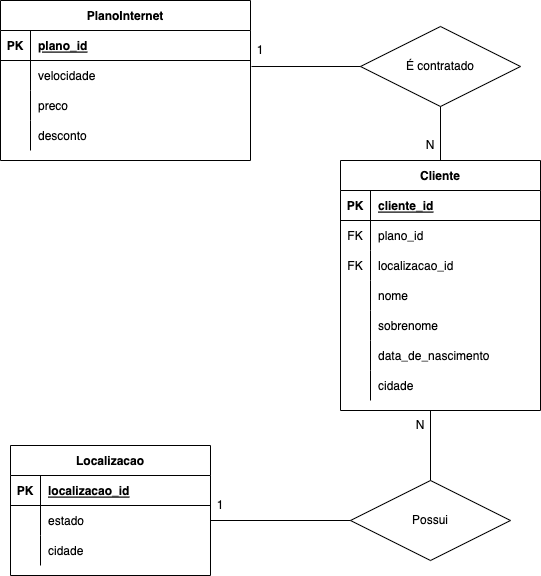
matheusaalves/digital-house-database keeps this draw.io diagram as BD1 PI2/DER BD1 - PI2.png. Above is the earlier version. Source tidied: cells renumbered, new cells last; positions are measured from the earlier drawing's top-left corner, leaving out a move shared by most shapes. Source of this version:
```xml
<mxGraphModel>
  <root>
    <mxCell id="0" />
    <mxCell id="1" parent="0" />
    <mxCell id="2" value="Cliente" style="shape=table;startSize=30;rowLines=0;fontStyle=1;align=center;" parent="1" vertex="1">
      <mxGeometry x="340" y="160" width="200" height="250" as="geometry" />
    </mxCell>
    <mxCell id="3" style="shape=tableRow;horizontal=0;startSize=0;swimlaneHead=0;swimlaneBody=0;fillColor=none;top=0;left=0;right=0;bottom=1;" parent="2" vertex="1">
      <mxGeometry y="30" width="200" height="30" as="geometry" />
    </mxCell>
    <mxCell id="4" value="PK" style="shape=partialRectangle;overflow=hidden;fillColor=none;top=0;left=0;bottom=0;right=0;fontStyle=1;" parent="3" vertex="1">
      <mxGeometry width="30" height="30" as="geometry" />
    </mxCell>
    <mxCell id="5" value="cliente_id" style="shape=partialRectangle;overflow=hidden;fillColor=none;align=left;top=0;left=0;bottom=0;right=0;spacingLeft=6;fontStyle=5;" parent="3" vertex="1">
      <mxGeometry x="30" width="170" height="30" as="geometry" />
    </mxCell>
    <mxCell id="6" style="shape=tableRow;horizontal=0;startSize=0;swimlaneHead=0;swimlaneBody=0;fillColor=none;top=0;left=0;right=0;bottom=0;" parent="2" vertex="1">
      <mxGeometry y="60" width="200" height="30" as="geometry" />
    </mxCell>
    <mxCell id="7" value="FK" style="shape=partialRectangle;overflow=hidden;fillColor=none;top=0;left=0;bottom=0;right=0;" parent="6" vertex="1">
      <mxGeometry width="30" height="30" as="geometry" />
    </mxCell>
    <mxCell id="8" value="plano_id" style="shape=partialRectangle;overflow=hidden;fillColor=none;align=left;top=0;left=0;bottom=0;right=0;spacingLeft=6;" parent="6" vertex="1">
      <mxGeometry x="30" width="170" height="30" as="geometry" />
    </mxCell>
    <mxCell id="9" style="shape=tableRow;horizontal=0;startSize=0;swimlaneHead=0;swimlaneBody=0;fillColor=none;top=0;left=0;right=0;bottom=0;" parent="2" vertex="1">
      <mxGeometry y="90" width="200" height="30" as="geometry" />
    </mxCell>
    <mxCell id="10" value="FK" style="shape=partialRectangle;overflow=hidden;fillColor=none;top=0;left=0;bottom=0;right=0;" parent="9" vertex="1">
      <mxGeometry width="30" height="30" as="geometry" />
    </mxCell>
    <mxCell id="11" value="localizacao_id" style="shape=partialRectangle;overflow=hidden;fillColor=none;align=left;top=0;left=0;bottom=0;right=0;spacingLeft=6;" parent="9" vertex="1">
      <mxGeometry x="30" width="170" height="30" as="geometry" />
    </mxCell>
    <mxCell id="12" style="shape=tableRow;horizontal=0;startSize=0;swimlaneHead=0;swimlaneBody=0;fillColor=none;top=0;left=0;right=0;bottom=0;" parent="2" vertex="1">
      <mxGeometry y="120" width="200" height="30" as="geometry" />
    </mxCell>
    <mxCell id="13" style="shape=partialRectangle;overflow=hidden;fillColor=none;top=0;left=0;bottom=0;right=0;" parent="12" vertex="1">
      <mxGeometry width="30" height="30" as="geometry" />
    </mxCell>
    <mxCell id="14" value="nome" style="shape=partialRectangle;overflow=hidden;fillColor=none;align=left;top=0;left=0;bottom=0;right=0;spacingLeft=6;" parent="12" vertex="1">
      <mxGeometry x="30" width="170" height="30" as="geometry" />
    </mxCell>
    <mxCell id="15" style="shape=tableRow;horizontal=0;startSize=0;swimlaneHead=0;swimlaneBody=0;fillColor=none;top=0;left=0;right=0;bottom=0;" parent="2" vertex="1">
      <mxGeometry y="150" width="200" height="30" as="geometry" />
    </mxCell>
    <mxCell id="16" style="shape=partialRectangle;overflow=hidden;fillColor=none;top=0;left=0;bottom=0;right=0;" parent="15" vertex="1">
      <mxGeometry width="30" height="30" as="geometry" />
    </mxCell>
    <mxCell id="17" value="sobrenome" style="shape=partialRectangle;overflow=hidden;fillColor=none;align=left;top=0;left=0;bottom=0;right=0;spacingLeft=6;" parent="15" vertex="1">
      <mxGeometry x="30" width="170" height="30" as="geometry" />
    </mxCell>
    <mxCell id="18" style="shape=tableRow;horizontal=0;startSize=0;swimlaneHead=0;swimlaneBody=0;fillColor=none;top=0;left=0;right=0;bottom=0;" parent="2" vertex="1">
      <mxGeometry y="180" width="200" height="30" as="geometry" />
    </mxCell>
    <mxCell id="19" style="shape=partialRectangle;overflow=hidden;fillColor=none;top=0;left=0;bottom=0;right=0;" parent="18" vertex="1">
      <mxGeometry width="30" height="30" as="geometry" />
    </mxCell>
    <mxCell id="20" value="data_de_nascimento" style="shape=partialRectangle;overflow=hidden;fillColor=none;align=left;top=0;left=0;bottom=0;right=0;spacingLeft=6;" parent="18" vertex="1">
      <mxGeometry x="30" width="170" height="30" as="geometry" />
    </mxCell>
    <mxCell id="21" style="shape=tableRow;horizontal=0;startSize=0;swimlaneHead=0;swimlaneBody=0;fillColor=none;top=0;left=0;right=0;bottom=0;" parent="2" vertex="1">
      <mxGeometry y="210" width="200" height="30" as="geometry" />
    </mxCell>
    <mxCell id="22" style="shape=partialRectangle;overflow=hidden;fillColor=none;top=0;left=0;bottom=0;right=0;" parent="21" vertex="1">
      <mxGeometry width="30" height="30" as="geometry" />
    </mxCell>
    <mxCell id="23" value="cidade" style="shape=partialRectangle;overflow=hidden;fillColor=none;align=left;top=0;left=0;bottom=0;right=0;spacingLeft=6;" parent="21" vertex="1">
      <mxGeometry x="30" width="170" height="30" as="geometry" />
    </mxCell>
    <mxCell id="24" value="PlanoInternet" style="shape=table;startSize=30;rowLines=0;fontStyle=1;align=center;" parent="1" vertex="1">
      <mxGeometry width="250" height="160" as="geometry" />
    </mxCell>
    <mxCell id="25" style="shape=tableRow;horizontal=0;startSize=0;swimlaneHead=0;swimlaneBody=0;fillColor=none;top=0;left=0;right=0;bottom=1;" parent="24" vertex="1">
      <mxGeometry y="30" width="250" height="30" as="geometry" />
    </mxCell>
    <mxCell id="26" value="PK" style="shape=partialRectangle;overflow=hidden;fillColor=none;top=0;left=0;bottom=0;right=0;fontStyle=1;" parent="25" vertex="1">
      <mxGeometry width="30" height="30" as="geometry" />
    </mxCell>
    <mxCell id="27" value="plano_id" style="shape=partialRectangle;overflow=hidden;fillColor=none;align=left;top=0;left=0;bottom=0;right=0;spacingLeft=6;fontStyle=5;" parent="25" vertex="1">
      <mxGeometry x="30" width="220" height="30" as="geometry" />
    </mxCell>
    <mxCell id="28" style="shape=tableRow;horizontal=0;startSize=0;swimlaneHead=0;swimlaneBody=0;fillColor=none;points=[[0,0.5],[1,0.5]];portConstraint=eastwest;top=0;left=0;right=0;bottom=0;labelBorderColor=none;rounded=0;swimlaneLine=1;shadow=0;perimeterSpacing=1;sketch=0;" parent="24" vertex="1">
      <mxGeometry y="60" width="250" height="30" as="geometry" />
    </mxCell>
    <mxCell id="29" style="shape=partialRectangle;overflow=hidden;fillColor=none;top=0;left=0;bottom=0;right=0;" parent="28" vertex="1">
      <mxGeometry width="30" height="30" as="geometry" />
    </mxCell>
    <mxCell id="30" value="velocidade" style="shape=partialRectangle;overflow=hidden;fillColor=none;align=left;top=0;left=0;bottom=0;right=0;spacingLeft=6;" parent="28" vertex="1">
      <mxGeometry x="30" width="220" height="30" as="geometry" />
    </mxCell>
    <mxCell id="31" style="shape=tableRow;horizontal=0;startSize=0;swimlaneHead=0;swimlaneBody=0;fillColor=none;top=0;left=0;right=0;bottom=0;" parent="24" vertex="1">
      <mxGeometry y="90" width="250" height="30" as="geometry" />
    </mxCell>
    <mxCell id="32" style="shape=partialRectangle;overflow=hidden;fillColor=none;top=0;left=0;bottom=0;right=0;" parent="31" vertex="1">
      <mxGeometry width="30" height="30" as="geometry" />
    </mxCell>
    <mxCell id="33" value="preco" style="shape=partialRectangle;overflow=hidden;fillColor=none;align=left;top=0;left=0;bottom=0;right=0;spacingLeft=6;" parent="31" vertex="1">
      <mxGeometry x="30" width="220" height="30" as="geometry" />
    </mxCell>
    <mxCell id="34" style="shape=tableRow;horizontal=0;startSize=0;swimlaneHead=0;swimlaneBody=0;fillColor=none;top=0;left=0;right=0;bottom=0;" parent="24" vertex="1">
      <mxGeometry y="120" width="250" height="30" as="geometry" />
    </mxCell>
    <mxCell id="35" style="shape=partialRectangle;overflow=hidden;fillColor=none;top=0;left=0;bottom=0;right=0;" parent="34" vertex="1">
      <mxGeometry width="30" height="30" as="geometry" />
    </mxCell>
    <mxCell id="36" value="desconto" style="shape=partialRectangle;overflow=hidden;fillColor=none;align=left;top=0;left=0;bottom=0;right=0;spacingLeft=6;" parent="34" vertex="1">
      <mxGeometry x="30" width="220" height="30" as="geometry" />
    </mxCell>
    <mxCell id="37" style="edgeStyle=orthogonalEdgeStyle;rounded=0;jettySize=auto;html=1;exitX=0.5;exitY=1;exitDx=0;exitDy=0;entryX=0.5;entryY=0;entryDx=0;entryDy=0;endArrow=none;endFill=0;" parent="1" edge="1" source="39" target="2">
      <mxGeometry relative="1" as="geometry" />
    </mxCell>
    <mxCell id="38" style="edgeStyle=orthogonalEdgeStyle;rounded=0;jettySize=auto;html=1;exitX=0;exitY=0.5;exitDx=0;exitDy=0;entryX=1;entryY=0.219;entryDx=0;entryDy=0;entryPerimeter=0;endArrow=none;endFill=0;" parent="1" edge="1" source="39" target="28">
      <mxGeometry relative="1" as="geometry" />
    </mxCell>
    <mxCell id="39" value="É contratado" style="rhombus;whiteSpace=wrap;html=1;rounded=0;shadow=0;labelBorderColor=none;sketch=0;fillColor=none;" parent="1" vertex="1">
      <mxGeometry x="360" y="26" width="160" height="80" as="geometry" />
    </mxCell>
    <mxCell id="40" value="N" style="text;html=1;strokeColor=none;fillColor=none;align=center;verticalAlign=middle;whiteSpace=wrap;rounded=0;shadow=0;labelBorderColor=none;sketch=0;" parent="1" vertex="1">
      <mxGeometry x="420" y="130" width="20" height="30" as="geometry" />
    </mxCell>
    <mxCell id="41" value="1" style="text;html=1;strokeColor=none;fillColor=none;align=center;verticalAlign=middle;whiteSpace=wrap;rounded=0;shadow=0;labelBorderColor=none;sketch=0;" parent="1" vertex="1">
      <mxGeometry x="250" y="35" width="20" height="30" as="geometry" />
    </mxCell>
    <mxCell id="42" style="edgeStyle=orthogonalEdgeStyle;rounded=0;jettySize=auto;html=1;exitX=0.5;exitY=0;exitDx=0;exitDy=0;endArrow=none;endFill=0;" parent="1" edge="1" source="44">
      <mxGeometry relative="1" as="geometry">
        <mxPoint x="430" y="410" as="targetPoint" />
      </mxGeometry>
    </mxCell>
    <mxCell id="43" style="edgeStyle=orthogonalEdgeStyle;rounded=0;jettySize=auto;html=1;exitX=0;exitY=0.5;exitDx=0;exitDy=0;entryX=1;entryY=0.5;entryDx=0;entryDy=0;endArrow=none;endFill=0;" parent="1" edge="1" source="44" target="49">
      <mxGeometry relative="1" as="geometry" />
    </mxCell>
    <mxCell id="44" value="Possui" style="rhombus;whiteSpace=wrap;html=1;rounded=0;shadow=0;labelBorderColor=none;sketch=0;fillColor=none;" parent="1" vertex="1">
      <mxGeometry x="350" y="480" width="160" height="80" as="geometry" />
    </mxCell>
    <mxCell id="45" value="Localizacao" style="shape=table;startSize=30;rowLines=0;fontStyle=1;align=center;" parent="1" vertex="1">
      <mxGeometry x="10" y="445" width="200" height="130" as="geometry" />
    </mxCell>
    <mxCell id="46" style="shape=tableRow;horizontal=0;startSize=0;swimlaneHead=0;swimlaneBody=0;fillColor=none;top=0;left=0;right=0;bottom=1;" parent="45" vertex="1">
      <mxGeometry y="30" width="200" height="30" as="geometry" />
    </mxCell>
    <mxCell id="47" value="PK" style="shape=partialRectangle;overflow=hidden;fillColor=none;top=0;left=0;bottom=0;right=0;fontStyle=1;" parent="46" vertex="1">
      <mxGeometry width="30" height="30" as="geometry" />
    </mxCell>
    <mxCell id="48" value="localizacao_id" style="shape=partialRectangle;overflow=hidden;fillColor=none;align=left;top=0;left=0;bottom=0;right=0;spacingLeft=6;fontStyle=5;" parent="46" vertex="1">
      <mxGeometry x="30" width="170" height="30" as="geometry" />
    </mxCell>
    <mxCell id="49" style="shape=tableRow;horizontal=0;startSize=0;swimlaneHead=0;swimlaneBody=0;fillColor=none;points=[[0,0.5],[1,0.5]];portConstraint=eastwest;top=0;left=0;right=0;bottom=0;" parent="45" vertex="1">
      <mxGeometry y="60" width="200" height="30" as="geometry" />
    </mxCell>
    <mxCell id="50" style="shape=partialRectangle;overflow=hidden;fillColor=none;top=0;left=0;bottom=0;right=0;" parent="49" vertex="1">
      <mxGeometry width="30" height="30" as="geometry" />
    </mxCell>
    <mxCell id="51" value="estado" style="shape=partialRectangle;overflow=hidden;fillColor=none;align=left;top=0;left=0;bottom=0;right=0;spacingLeft=6;" parent="49" vertex="1">
      <mxGeometry x="30" width="170" height="30" as="geometry" />
    </mxCell>
    <mxCell id="52" style="shape=tableRow;horizontal=0;startSize=0;swimlaneHead=0;swimlaneBody=0;fillColor=none;top=0;left=0;right=0;bottom=0;" parent="45" vertex="1">
      <mxGeometry y="90" width="200" height="30" as="geometry" />
    </mxCell>
    <mxCell id="53" style="shape=partialRectangle;overflow=hidden;fillColor=none;top=0;left=0;bottom=0;right=0;" parent="52" vertex="1">
      <mxGeometry width="30" height="30" as="geometry" />
    </mxCell>
    <mxCell id="54" value="cidade" style="shape=partialRectangle;overflow=hidden;fillColor=none;align=left;top=0;left=0;bottom=0;right=0;spacingLeft=6;" parent="52" vertex="1">
      <mxGeometry x="30" width="170" height="30" as="geometry" />
    </mxCell>
    <mxCell id="55" value="1" style="text;html=1;strokeColor=none;fillColor=none;align=center;verticalAlign=middle;whiteSpace=wrap;rounded=0;shadow=0;labelBorderColor=none;sketch=0;" parent="1" vertex="1">
      <mxGeometry x="210" y="490" width="20" height="30" as="geometry" />
    </mxCell>
    <mxCell id="56" value="N" style="text;html=1;strokeColor=none;fillColor=none;align=center;verticalAlign=middle;whiteSpace=wrap;rounded=0;shadow=0;labelBorderColor=none;sketch=0;" parent="1" vertex="1">
      <mxGeometry x="410" y="410" width="20" height="30" as="geometry" />
    </mxCell>
  </root>
</mxGraphModel>
```
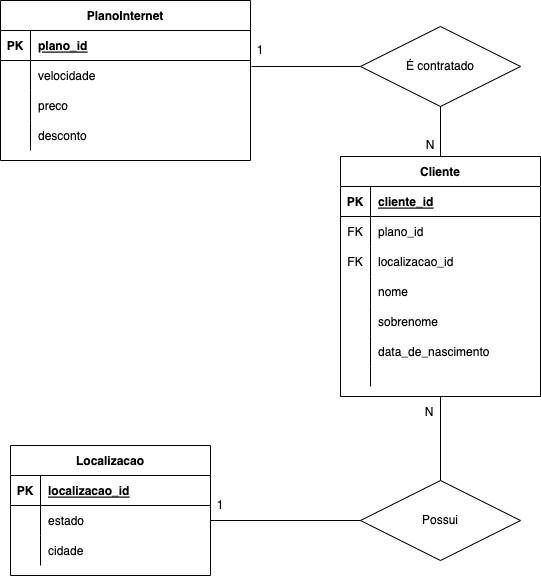
The same diagram one commit later.

Commit message:
[BD1 PI2] Atualizando DER

What changed in the source:
```diff
@@ -3,7 +3,7 @@
     <mxCell id="0" />
     <mxCell id="1" parent="0" />
     <mxCell id="2" value="Cliente" style="shape=table;startSize=30;rowLines=0;fontStyle=1;align=center;" parent="1" vertex="1">
-      <mxGeometry x="340" y="160" width="200" height="250" as="geometry" />
+      <mxGeometry x="340" y="156" width="200" height="240" as="geometry" />
     </mxCell>
     <mxCell id="3" style="shape=tableRow;horizontal=0;startSize=0;swimlaneHead=0;swimlaneBody=0;fillColor=none;top=0;left=0;right=0;bottom=1;" parent="2" vertex="1">
       <mxGeometry y="30" width="200" height="30" as="geometry" />
@@ -60,13 +60,13 @@
       <mxGeometry x="30" width="170" height="30" as="geometry" />
     </mxCell>
     <mxCell id="21" style="shape=tableRow;horizontal=0;startSize=0;swimlaneHead=0;swimlaneBody=0;fillColor=none;top=0;left=0;right=0;bottom=0;" parent="2" vertex="1">
-      <mxGeometry y="210" width="200" height="30" as="geometry" />
+      <mxGeometry y="210" width="200" height="20" as="geometry" />
     </mxCell>
     <mxCell id="22" style="shape=partialRectangle;overflow=hidden;fillColor=none;top=0;left=0;bottom=0;right=0;" parent="21" vertex="1">
-      <mxGeometry width="30" height="30" as="geometry" />
+      <mxGeometry width="30" height="20" as="geometry" />
     </mxCell>
-    <mxCell id="23" value="cidade" style="shape=partialRectangle;overflow=hidden;fillColor=none;align=left;top=0;left=0;bottom=0;right=0;spacingLeft=6;" parent="21" vertex="1">
-      <mxGeometry x="30" width="170" height="30" as="geometry" />
+    <mxCell id="23" style="shape=partialRectangle;overflow=hidden;fillColor=none;align=left;top=0;left=0;bottom=0;right=0;spacingLeft=6;" parent="21" vertex="1">
+      <mxGeometry x="30" width="170" height="20" as="geometry" />
     </mxCell>
     <mxCell id="24" value="PlanoInternet" style="shape=table;startSize=30;rowLines=0;fontStyle=1;align=center;" parent="1" vertex="1">
       <mxGeometry width="250" height="160" as="geometry" />
@@ -122,16 +122,14 @@
     <mxCell id="41" value="1" style="text;html=1;strokeColor=none;fillColor=none;align=center;verticalAlign=middle;whiteSpace=wrap;rounded=0;shadow=0;labelBorderColor=none;sketch=0;" parent="1" vertex="1">
       <mxGeometry x="250" y="35" width="20" height="30" as="geometry" />
     </mxCell>
-    <mxCell id="42" style="edgeStyle=orthogonalEdgeStyle;rounded=0;jettySize=auto;html=1;exitX=0.5;exitY=0;exitDx=0;exitDy=0;endArrow=none;endFill=0;" parent="1" edge="1" source="44">
-      <mxGeometry relative="1" as="geometry">
-        <mxPoint x="430" y="410" as="targetPoint" />
-      </mxGeometry>
+    <mxCell id="42" style="edgeStyle=orthogonalEdgeStyle;rounded=0;jettySize=auto;html=1;exitX=0.5;exitY=0;exitDx=0;exitDy=0;endArrow=none;endFill=0;entryX=0.5;entryY=1;entryDx=0;entryDy=0;" parent="1" edge="1" source="44" target="2">
+      <mxGeometry relative="1" as="geometry" />
     </mxCell>
     <mxCell id="43" style="edgeStyle=orthogonalEdgeStyle;rounded=0;jettySize=auto;html=1;exitX=0;exitY=0.5;exitDx=0;exitDy=0;entryX=1;entryY=0.5;entryDx=0;entryDy=0;endArrow=none;endFill=0;" parent="1" edge="1" source="44" target="49">
       <mxGeometry relative="1" as="geometry" />
     </mxCell>
     <mxCell id="44" value="Possui" style="rhombus;whiteSpace=wrap;html=1;rounded=0;shadow=0;labelBorderColor=none;sketch=0;fillColor=none;" parent="1" vertex="1">
-      <mxGeometry x="350" y="480" width="160" height="80" as="geometry" />
+      <mxGeometry x="360" y="480" width="160" height="80" as="geometry" />
     </mxCell>
     <mxCell id="45" value="Localizacao" style="shape=table;startSize=30;rowLines=0;fontStyle=1;align=center;" parent="1" vertex="1">
       <mxGeometry x="10" y="445" width="200" height="130" as="geometry" />
@@ -167,7 +165,7 @@
       <mxGeometry x="210" y="490" width="20" height="30" as="geometry" />
     </mxCell>
     <mxCell id="56" value="N" style="text;html=1;strokeColor=none;fillColor=none;align=center;verticalAlign=middle;whiteSpace=wrap;rounded=0;shadow=0;labelBorderColor=none;sketch=0;" parent="1" vertex="1">
-      <mxGeometry x="410" y="410" width="20" height="30" as="geometry" />
+      <mxGeometry x="419" y="397" width="20" height="30" as="geometry" />
     </mxCell>
   </root>
 </mxGraphModel>
```
